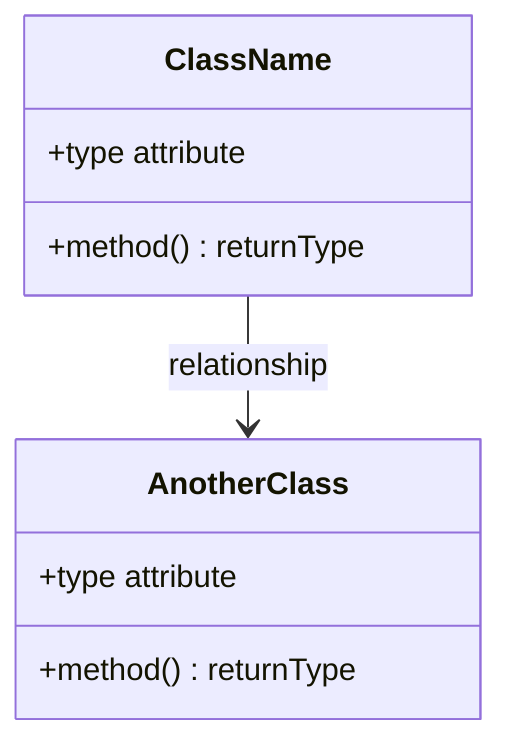
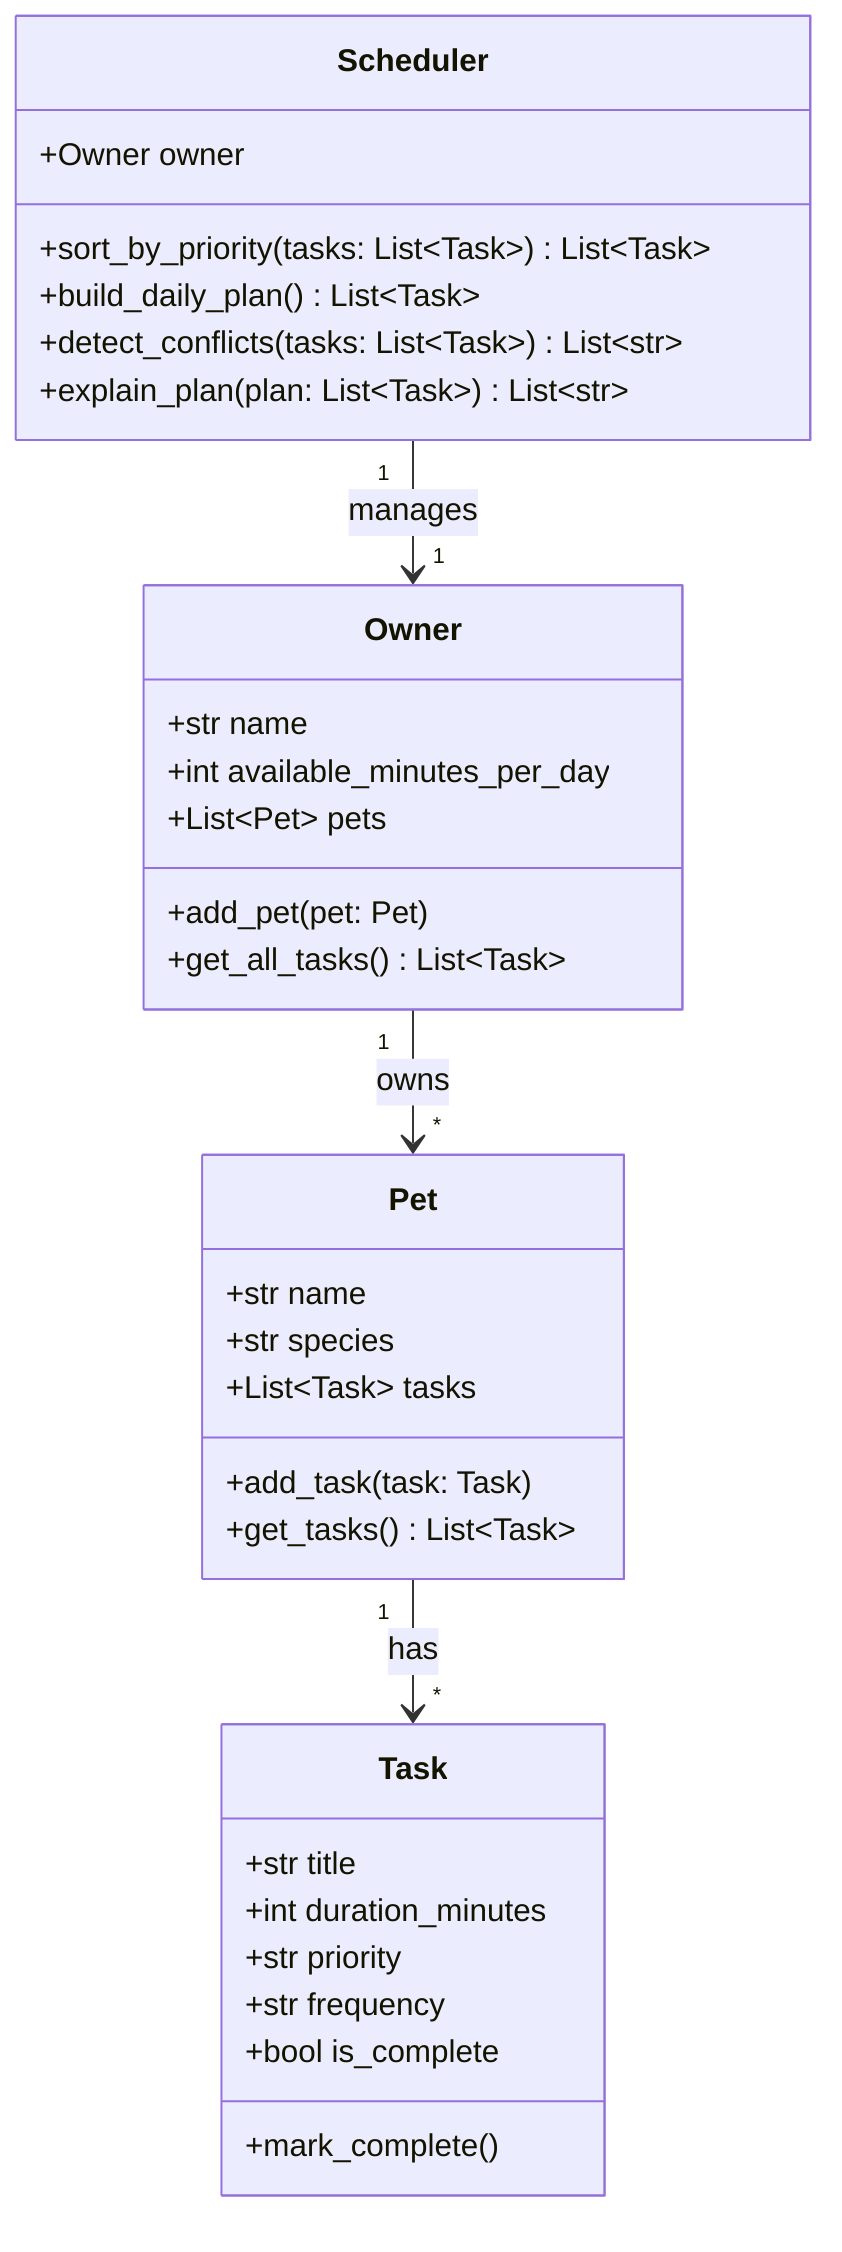
classDiagram
-     %% Replace the placeholders below with your actual classes, attributes, methods, and relationships.
-     %% Keep this file updated so it matches your final implementation.
- 
-     class ClassName {
-         +type attribute
-         +method() returnType
+     class Owner {
+         +str name
+         +int available_minutes_per_day
+         +List~Pet~ pets
+         +add_pet(pet: Pet)
+         +get_all_tasks() List~Task~
    }

-     class AnotherClass {
-         +type attribute
-         +method() returnType
+     class Pet {
+         +str name
+         +str species
+         +List~Task~ tasks
+         +add_task(task: Task)
+         +get_tasks() List~Task~
    }

-     ClassName --> AnotherClass : relationship
+     class Task {
+         +str title
+         +int duration_minutes
+         +str priority
+         +str frequency
+         +bool is_complete
+         +mark_complete()
+     }
+ 
+     class Scheduler {
+         +Owner owner
+         +sort_by_priority(tasks: List~Task~) List~Task~
+         +build_daily_plan() List~Task~
+         +detect_conflicts(tasks: List~Task~) List~str~
+         +explain_plan(plan: List~Task~) List~str~
+     }
+ 
+     Owner "1" --> "*" Pet : owns
+     Pet "1" --> "*" Task : has
+     Scheduler "1" --> "1" Owner : manages